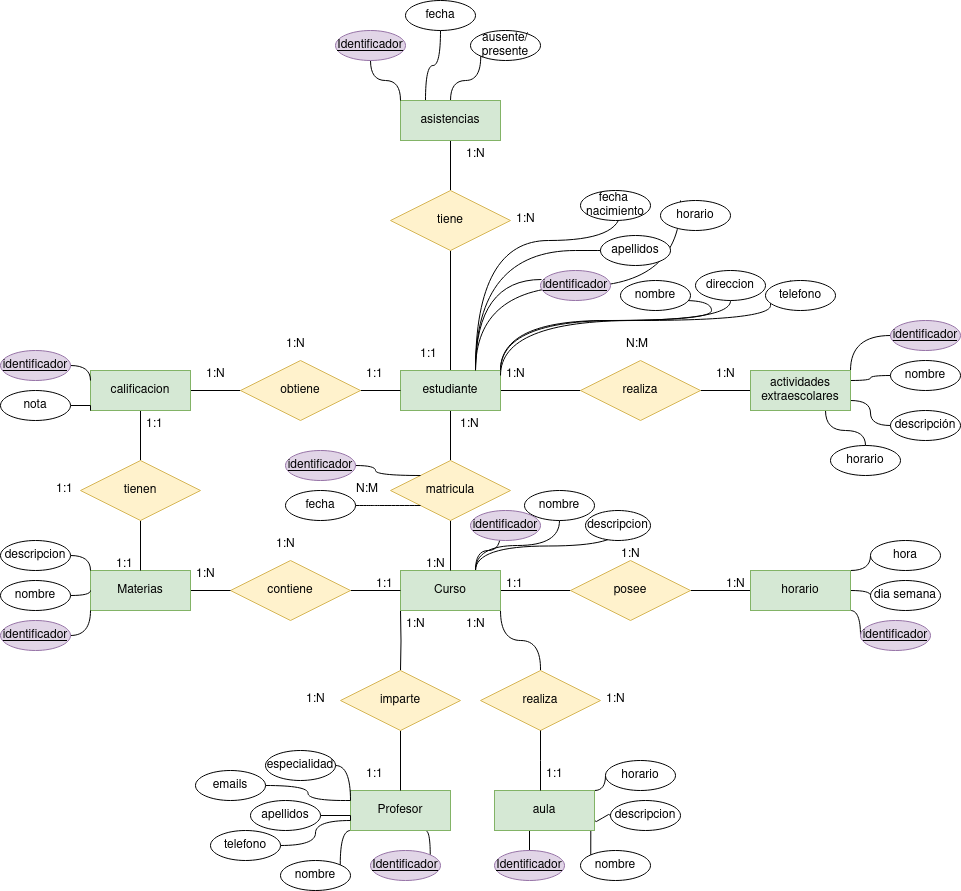
The draw.io diagram Unidad-1/Tareas/Tarea-8/tarea8.drawio.png in jdrguez/2-Daw, before a commit. Source tidied: cells renumbered, new cells last; positions are measured from the earlier drawing's top-left corner, leaving out a move shared by most shapes.
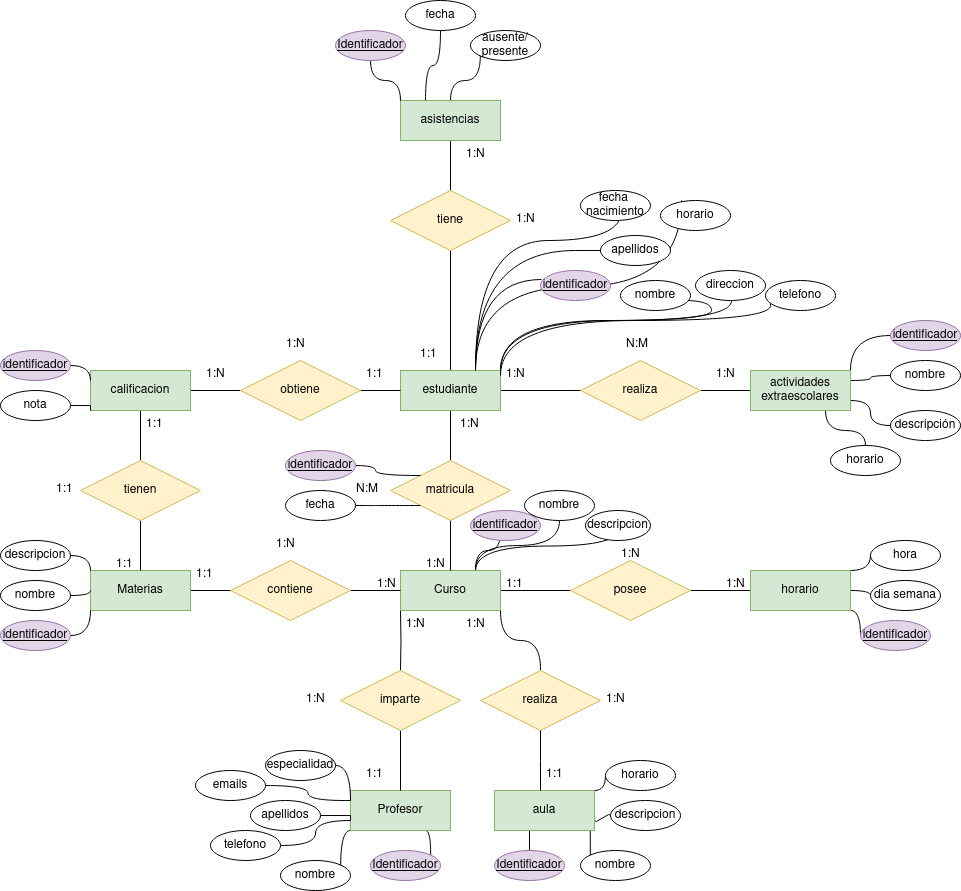
Above is the later version.

Diff of the diagram source:
```diff
@@ -233,11 +233,11 @@
     <mxCell id="67" value="1:N" style="text;strokeColor=none;fillColor=none;spacingLeft=4;spacingRight=4;overflow=hidden;fontSize=12;whiteSpace=wrap;html=1;" parent="1" vertex="1">
       <mxGeometry x="600" y="685" width="40" height="30" as="geometry" />
     </mxCell>
-    <mxCell id="68" value="1:N" style="text;strokeColor=none;fillColor=none;spacingLeft=4;spacingRight=4;overflow=hidden;fontSize=12;whiteSpace=wrap;html=1;" parent="1" vertex="1">
+    <mxCell id="68" value="1:1" style="text;strokeColor=none;fillColor=none;spacingLeft=4;spacingRight=4;overflow=hidden;fontSize=12;whiteSpace=wrap;html=1;" parent="1" vertex="1">
       <mxGeometry x="190" y="560" width="40" height="30" as="geometry" />
     </mxCell>
-    <mxCell id="69" value="1:1" style="text;strokeColor=none;fillColor=none;spacingLeft=4;spacingRight=4;overflow=hidden;fontSize=12;whiteSpace=wrap;html=1;" parent="1" vertex="1">
-      <mxGeometry x="370" y="570" width="40" height="30" as="geometry" />
+    <mxCell id="69" value="1:N" style="text;strokeColor=none;fillColor=none;spacingLeft=4;spacingRight=4;overflow=hidden;fontSize=12;whiteSpace=wrap;html=1;" parent="1" vertex="1">
+      <mxGeometry x="371" y="570" width="40" height="30" as="geometry" />
     </mxCell>
     <mxCell id="70" value="1:N" style="text;strokeColor=none;fillColor=none;spacingLeft=4;spacingRight=4;overflow=hidden;fontSize=12;whiteSpace=wrap;html=1;" parent="1" vertex="1">
       <mxGeometry x="270" y="530" width="40" height="30" as="geometry" />
```
